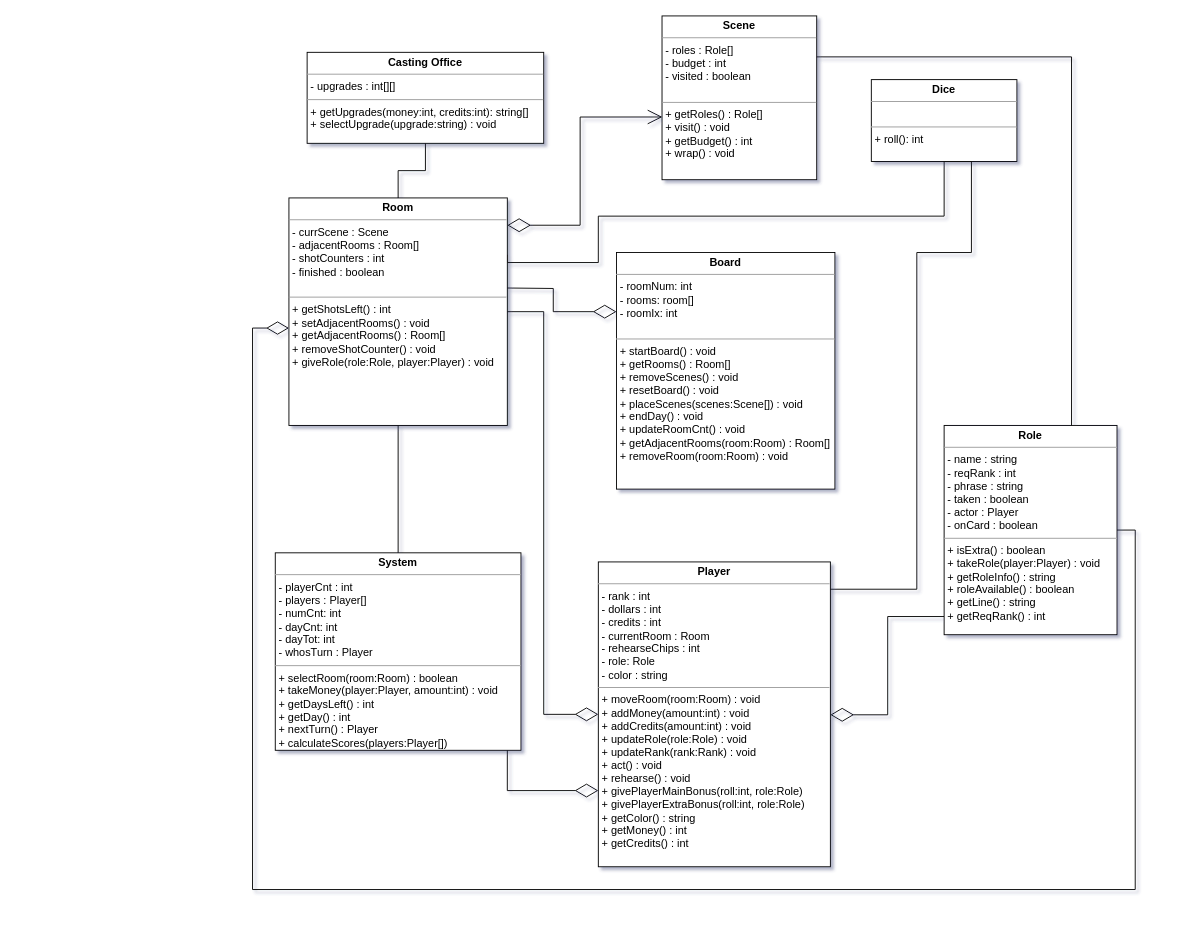
greert2/Deadwood keeps this draw.io diagram as classDiagram.drawio. Above is the earlier version. Source tidied: cells renumbered, new cells numbered last; positions are measured from the earlier drawing's top-left corner, leaving out a move shared by most shapes. Both pictures are drawn from the tidied source at 91%, with x=0, y=0 at pixel (252, 15).
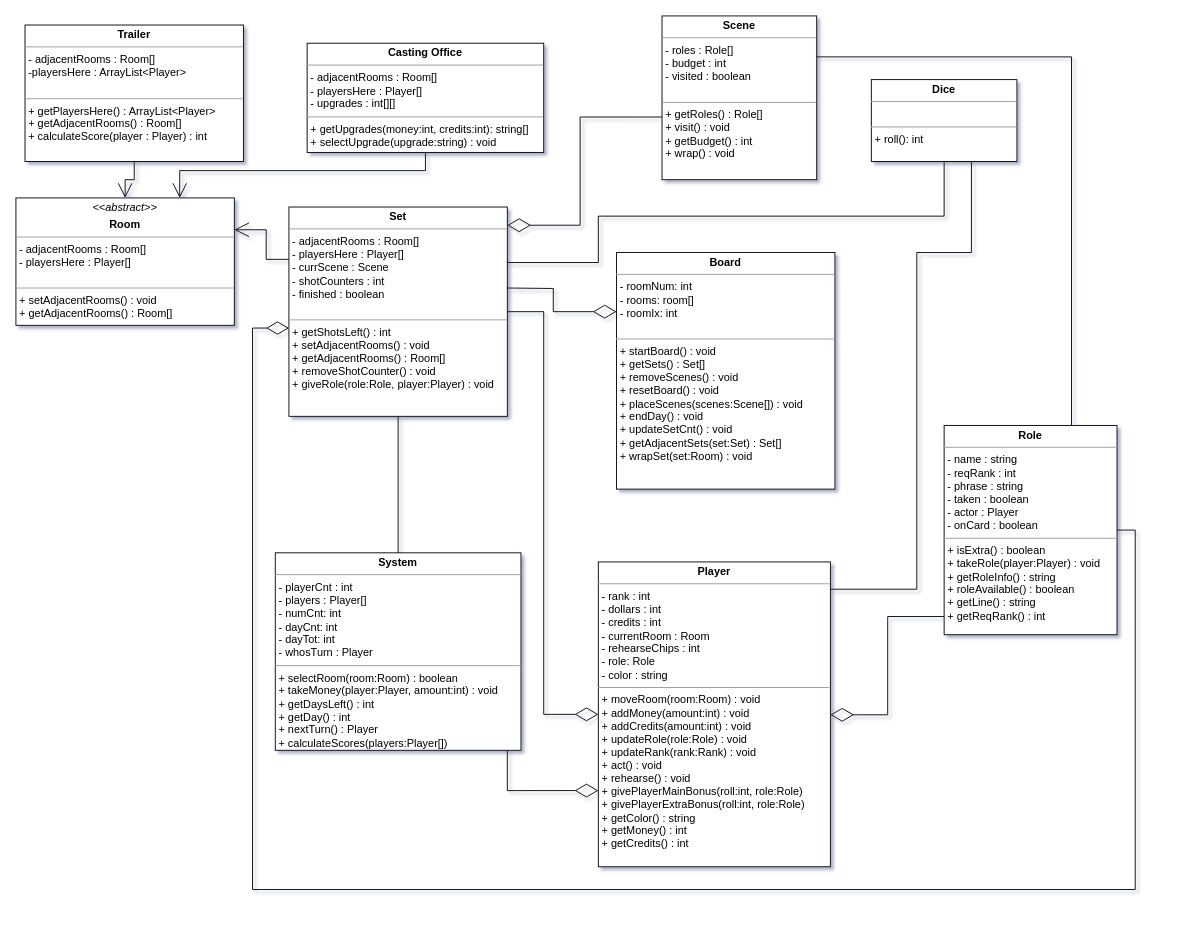
After the change.

The change refers to these unchanged cells:
```xml
<mxCell id="17" value="&lt;p style=&quot;margin: 0px ; margin-top: 4px ; text-align: center&quot;&gt;&lt;b&gt;Scene&lt;/b&gt;&lt;/p&gt;&lt;hr size=&quot;1&quot;&gt;&lt;p style=&quot;margin: 0px ; margin-left: 4px&quot;&gt;- roles : Role[]&lt;/p&gt;&lt;p style=&quot;margin: 0px ; margin-left: 4px&quot;&gt;- budget : int&lt;/p&gt;&lt;p style=&quot;margin: 0px ; margin-left: 4px&quot;&gt;- visited : boolean&lt;/p&gt;&lt;p style=&quot;margin: 0px ; margin-left: 4px&quot;&gt;&lt;br&gt;&lt;/p&gt;&lt;hr size=&quot;1&quot;&gt;&lt;p style=&quot;margin: 0px ; margin-left: 4px&quot;&gt;+ getRoles() : Role[]&lt;/p&gt;&lt;p style=&quot;margin: 0px ; margin-left: 4px&quot;&gt;+ visit() : void&lt;/p&gt;&lt;p style=&quot;margin: 0px ; margin-left: 4px&quot;&gt;+ getBudget() : int&lt;/p&gt;&lt;p style=&quot;margin: 0px ; margin-left: 4px&quot;&gt;+ wrap() : void&lt;/p&gt;&lt;p style=&quot;margin: 0px ; margin-left: 4px&quot;&gt;&lt;br&gt;&lt;/p&gt;" style="verticalAlign=top;align=left;overflow=fill;fontSize=12;fontFamily=Helvetica;html=1;" parent="1" vertex="1">
  <mxGeometry x="450" width="170" height="180" as="geometry" />
</mxCell>
```

The edit, as a diff of the source:
```diff
@@
-    <mxCell id="6" value="&lt;p style=&quot;margin: 0px ; margin-top: 4px ; text-align: center&quot;&gt;&lt;b&gt;Board&lt;/b&gt;&lt;/p&gt;&lt;hr size=&quot;1&quot;&gt;&lt;p style=&quot;margin: 0px ; margin-left: 4px&quot;&gt;- roomNum: int&lt;/p&gt;&lt;p style=&quot;margin: 0px ; margin-left: 4px&quot;&gt;- rooms: room[]&lt;/p&gt;&lt;p style=&quot;margin: 0px ; margin-left: 4px&quot;&gt;- roomIx: int&lt;/p&gt;&lt;br&gt;&lt;hr size=&quot;1&quot;&gt;&lt;p style=&quot;margin: 0px ; margin-left: 4px&quot;&gt;+ startBoard() : void&lt;/p&gt;&lt;p style=&quot;margin: 0px ; margin-left: 4px&quot;&gt;+ getRooms() : Room[]&lt;/p&gt;&lt;p style=&quot;margin: 0px 0px 0px 4px&quot;&gt;+ removeScenes() : void&lt;/p&gt;&lt;p style=&quot;margin: 0px 0px 0px 4px&quot;&gt;+ resetBoard() : void&lt;/p&gt;&lt;p style=&quot;margin: 0px 0px 0px 4px&quot;&gt;+ placeScenes(scenes:Scene[]) : void&lt;/p&gt;&lt;p style=&quot;margin: 0px 0px 0px 4px&quot;&gt;&lt;span&gt;+ endDay() : void&lt;/span&gt;&lt;/p&gt;&lt;p style=&quot;margin: 0px 0px 0px 4px&quot;&gt;&lt;span&gt;+ updateRoomCnt() : void&lt;/span&gt;&lt;/p&gt;&lt;p style=&quot;margin: 0px 0px 0px 4px&quot;&gt;&lt;span&gt;+ getAdjacentRooms(room:Room) : Room[]&lt;/span&gt;&lt;/p&gt;&lt;p style=&quot;margin: 0px 0px 0px 4px&quot;&gt;&lt;span&gt;+ removeRoom(room:Room) : void&lt;/span&gt;&lt;/p&gt;&lt;p&gt;&lt;br&gt;&lt;/p&gt;" style="verticalAlign=top;align=left;overflow=fill;fontSize=12;fontFamily=Helvetica;html=1;" parent="1" vertex="1">
+    <mxCell id="6" value="&lt;p style=&quot;margin: 0px ; margin-top: 4px ; text-align: center&quot;&gt;&lt;b&gt;Board&lt;/b&gt;&lt;/p&gt;&lt;hr size=&quot;1&quot;&gt;&lt;p style=&quot;margin: 0px ; margin-left: 4px&quot;&gt;- roomNum: int&lt;/p&gt;&lt;p style=&quot;margin: 0px ; margin-left: 4px&quot;&gt;- rooms: room[]&lt;/p&gt;&lt;p style=&quot;margin: 0px ; margin-left: 4px&quot;&gt;- roomIx: int&lt;/p&gt;&lt;br&gt;&lt;hr size=&quot;1&quot;&gt;&lt;p style=&quot;margin: 0px ; margin-left: 4px&quot;&gt;+ startBoard() : void&lt;/p&gt;&lt;p style=&quot;margin: 0px ; margin-left: 4px&quot;&gt;+ getSets() : Set[]&lt;/p&gt;&lt;p style=&quot;margin: 0px 0px 0px 4px&quot;&gt;+ removeScenes() : void&lt;/p&gt;&lt;p style=&quot;margin: 0px 0px 0px 4px&quot;&gt;+ resetBoard() : void&lt;/p&gt;&lt;p style=&quot;margin: 0px 0px 0px 4px&quot;&gt;+ placeScenes(scenes:Scene[]) : void&lt;/p&gt;&lt;p style=&quot;margin: 0px 0px 0px 4px&quot;&gt;&lt;span&gt;+ endDay() : void&lt;/span&gt;&lt;/p&gt;&lt;p style=&quot;margin: 0px 0px 0px 4px&quot;&gt;&lt;span&gt;+ updateSetCnt() : void&lt;/span&gt;&lt;/p&gt;&lt;p style=&quot;margin: 0px 0px 0px 4px&quot;&gt;&lt;span&gt;+ getAdjacentSets(set:Set) : Set[]&lt;/span&gt;&lt;/p&gt;&lt;p style=&quot;margin: 0px 0px 0px 4px&quot;&gt;&lt;span&gt;+ wrapSet(set:Room) : void&lt;/span&gt;&lt;/p&gt;&lt;p&gt;&lt;br&gt;&lt;/p&gt;" style="verticalAlign=top;align=left;overflow=fill;fontSize=12;fontFamily=Helvetica;html=1;" parent="1" vertex="1">
       <mxGeometry x="400" y="260" width="240" height="260" as="geometry" />
     </mxCell>
@@
-    <mxCell id="12" style="edgeStyle=orthogonalEdgeStyle;rounded=0;jettySize=auto;html=1;startArrow=diamondThin;startFill=0;endArrow=open;endFill=0;endSize=14;entryX=0.002;entryY=0.617;entryDx=0;entryDy=0;entryPerimeter=0;startSize=23;" parent="1" edge="1" source="14" target="17">
+    <mxCell id="12" style="edgeStyle=orthogonalEdgeStyle;rounded=0;jettySize=auto;html=1;startArrow=diamondThin;startFill=0;endArrow=none;endFill=0;endSize=14;entryX=0.002;entryY=0.617;entryDx=0;entryDy=0;entryPerimeter=0;startSize=23;" parent="1" edge="1" source="14" target="17">
       <mxGeometry relative="1" as="geometry">
         <Array as="points">
           <mxPoint x="360" y="230" />
           <mxPoint x="360" y="111" />
         </Array>
       </mxGeometry>
     </mxCell>
@@
+    <mxCell id="21" style="edgeStyle=orthogonalEdgeStyle;rounded=0;jettySize=auto;html=1;exitX=0;exitY=0.25;exitDx=0;exitDy=0;entryX=1;entryY=0.25;entryDx=0;entryDy=0;strokeWidth=1;endSize=14;endArrow=open;endFill=0;" parent="1" edge="1" source="14" target="22">
+      <mxGeometry relative="1" as="geometry" />
+    </mxCell>
-    <mxCell id="14" value="&lt;p style=&quot;margin: 0px ; margin-top: 4px ; text-align: center&quot;&gt;&lt;b&gt;Room&lt;/b&gt;&lt;/p&gt;&lt;hr size=&quot;1&quot;&gt;&lt;p style=&quot;margin: 0px ; margin-left: 4px&quot;&gt;- currScene : Scene&lt;/p&gt;&lt;p style=&quot;margin: 0px ; margin-left: 4px&quot;&gt;- adjacentRooms : Room[]&lt;/p&gt;&lt;p style=&quot;margin: 0px ; margin-left: 4px&quot;&gt;- shotCounters : int&lt;/p&gt;&lt;p style=&quot;margin: 0px ; margin-left: 4px&quot;&gt;- finished : boolean&lt;/p&gt;&lt;p style=&quot;margin: 0px ; margin-left: 4px&quot;&gt;&lt;br&gt;&lt;/p&gt;&lt;hr size=&quot;1&quot;&gt;&lt;p style=&quot;margin: 0px ; margin-left: 4px&quot;&gt;&lt;span&gt;+ getShotsLeft() : int&lt;/span&gt;&lt;br&gt;&lt;/p&gt;&lt;p style=&quot;margin: 0px ; margin-left: 4px&quot;&gt;+ setAdjacentRooms() : void&lt;/p&gt;&lt;p style=&quot;margin: 0px ; margin-left: 4px&quot;&gt;+ getAdjacentRooms() : Room[]&lt;/p&gt;&lt;p style=&quot;margin: 0px ; margin-left: 4px&quot;&gt;+ removeShotCounter() : void&lt;/p&gt;&lt;p style=&quot;margin: 0px ; margin-left: 4px&quot;&gt;+ giveRole(role:Role, player:Player) : void&lt;/p&gt;" style="verticalAlign=top;align=left;overflow=fill;fontSize=12;fontFamily=Helvetica;html=1;" parent="1" vertex="1">
-      <mxGeometry x="40" y="200" width="240" height="250" as="geometry" />
+    <mxCell id="14" value="&lt;p style=&quot;margin: 0px ; margin-top: 4px ; text-align: center&quot;&gt;&lt;b&gt;Set&lt;/b&gt;&lt;/p&gt;&lt;hr size=&quot;1&quot;&gt;&lt;p style=&quot;margin: 0px ; margin-left: 4px&quot;&gt;- adjacentRooms : Room[]&lt;/p&gt;&lt;p style=&quot;margin: 0px ; margin-left: 4px&quot;&gt;- playersHere : Player[]&lt;/p&gt;&lt;p style=&quot;margin: 0px ; margin-left: 4px&quot;&gt;- currScene : Scene&lt;/p&gt;&lt;p style=&quot;margin: 0px ; margin-left: 4px&quot;&gt;&lt;span&gt;- shotCounters : int&lt;/span&gt;&lt;br&gt;&lt;/p&gt;&lt;p style=&quot;margin: 0px ; margin-left: 4px&quot;&gt;- finished : boolean&lt;/p&gt;&lt;p style=&quot;margin: 0px ; margin-left: 4px&quot;&gt;&lt;br&gt;&lt;/p&gt;&lt;hr size=&quot;1&quot;&gt;&lt;p style=&quot;margin: 0px ; margin-left: 4px&quot;&gt;&lt;span&gt;+ getShotsLeft() : int&lt;/span&gt;&lt;br&gt;&lt;/p&gt;&lt;p style=&quot;margin: 0px ; margin-left: 4px&quot;&gt;+ setAdjacentRooms() : void&lt;/p&gt;&lt;p style=&quot;margin: 0px ; margin-left: 4px&quot;&gt;+ getAdjacentRooms() : Room[]&lt;/p&gt;&lt;p style=&quot;margin: 0px ; margin-left: 4px&quot;&gt;+ removeShotCounter() : void&lt;/p&gt;&lt;p style=&quot;margin: 0px ; margin-left: 4px&quot;&gt;+ giveRole(role:Role, player:Player) : void&lt;/p&gt;" style="verticalAlign=top;align=left;overflow=fill;fontSize=12;fontFamily=Helvetica;html=1;" parent="1" vertex="1">
+      <mxGeometry x="40" y="210" width="240" height="230" as="geometry" />
     </mxCell>
-    <mxCell id="15" style="edgeStyle=orthogonalEdgeStyle;rounded=0;jettySize=auto;html=1;entryX=0.5;entryY=0;entryDx=0;entryDy=0;startArrow=none;startFill=0;endArrow=none;endFill=0;endSize=13;" parent="1" edge="1" source="16" target="14">
-      <mxGeometry relative="1" as="geometry" />
+    <mxCell id="15" style="edgeStyle=orthogonalEdgeStyle;rounded=0;jettySize=auto;html=1;entryX=0.75;entryY=0;entryDx=0;entryDy=0;startArrow=none;startFill=0;endArrow=open;endFill=0;endSize=14;" parent="1" edge="1" source="16" target="22">
+      <mxGeometry relative="1" as="geometry">
+        <Array as="points">
+          <mxPoint x="190" y="170" />
+          <mxPoint x="-80" y="170" />
+        </Array>
+      </mxGeometry>
     </mxCell>
-    <mxCell id="16" value="&lt;p style=&quot;margin: 0px ; margin-top: 4px ; text-align: center&quot;&gt;&lt;b&gt;Casting Office&lt;/b&gt;&lt;/p&gt;&lt;hr size=&quot;1&quot;&gt;&lt;p style=&quot;margin: 0px ; margin-left: 4px&quot;&gt;- upgrades : int[][]&lt;/p&gt;&lt;hr size=&quot;1&quot;&gt;&lt;p style=&quot;margin: 0px ; margin-left: 4px&quot;&gt;+ getUpgrades(money:int, credits:int): string[]&lt;/p&gt;&lt;p style=&quot;margin: 0px ; margin-left: 4px&quot;&gt;+ selectUpgrade(upgrade:string) : void&lt;/p&gt;" style="verticalAlign=top;align=left;overflow=fill;fontSize=12;fontFamily=Helvetica;html=1;" parent="1" vertex="1">
-      <mxGeometry x="60" y="40" width="260" height="100" as="geometry" />
+    <mxCell id="16" value="&lt;p style=&quot;margin: 0px ; margin-top: 4px ; text-align: center&quot;&gt;&lt;b&gt;Casting Office&lt;/b&gt;&lt;/p&gt;&lt;hr size=&quot;1&quot;&gt;&lt;p style=&quot;margin: 0px ; margin-left: 4px&quot;&gt;&lt;span&gt;- adjacentRooms : Room[]&lt;/span&gt;&lt;br&gt;&lt;/p&gt;&lt;p style=&quot;margin: 0px ; margin-left: 4px&quot;&gt;- playersHere : Player[]&lt;/p&gt;&lt;p style=&quot;margin: 0px ; margin-left: 4px&quot;&gt;- upgrades : int[][]&lt;/p&gt;&lt;hr size=&quot;1&quot;&gt;&lt;p style=&quot;margin: 0px ; margin-left: 4px&quot;&gt;+ getUpgrades(money:int, credits:int): string[]&lt;/p&gt;&lt;p style=&quot;margin: 0px ; margin-left: 4px&quot;&gt;+ selectUpgrade(upgrade:string) : void&lt;/p&gt;" style="verticalAlign=top;align=left;overflow=fill;fontSize=12;fontFamily=Helvetica;html=1;" parent="1" vertex="1">
+      <mxGeometry x="60" y="30" width="260" height="120" as="geometry" />
     </mxCell>
@@
+    <mxCell id="22" value="&lt;p style=&quot;margin: 0px ; margin-top: 4px ; text-align: center&quot;&gt;&lt;i&gt;&amp;lt;&amp;lt;abstract&amp;gt;&amp;gt;&lt;/i&gt;&lt;/p&gt;&lt;p style=&quot;margin: 0px ; margin-top: 4px ; text-align: center&quot;&gt;&lt;b&gt;Room&lt;/b&gt;&lt;/p&gt;&lt;hr size=&quot;1&quot;&gt;&lt;p style=&quot;margin: 0px ; margin-left: 4px&quot;&gt;&lt;span&gt;- adjacentRooms : Room[]&lt;/span&gt;&lt;br&gt;&lt;/p&gt;&lt;p style=&quot;margin: 0px ; margin-left: 4px&quot;&gt;- playersHere : Player[]&lt;/p&gt;&lt;p style=&quot;margin: 0px ; margin-left: 4px&quot;&gt;&lt;br&gt;&lt;/p&gt;&lt;hr size=&quot;1&quot;&gt;&lt;p style=&quot;margin: 0px ; margin-left: 4px&quot;&gt;&lt;span&gt;+ setAdjacentRooms() : void&lt;/span&gt;&lt;br&gt;&lt;/p&gt;&lt;p style=&quot;margin: 0px ; margin-left: 4px&quot;&gt;+ getAdjacentRooms() : Room[]&lt;/p&gt;&lt;p style=&quot;margin: 0px ; margin-left: 4px&quot;&gt;&lt;br&gt;&lt;/p&gt;" style="verticalAlign=top;align=left;overflow=fill;fontSize=12;fontFamily=Helvetica;html=1;" parent="1" vertex="1">
+      <mxGeometry x="-260" y="200" width="240" height="140" as="geometry" />
+    </mxCell>
+    <mxCell id="23" style="edgeStyle=orthogonalEdgeStyle;rounded=0;jettySize=auto;html=1;exitX=0.5;exitY=1;exitDx=0;exitDy=0;endArrow=open;endFill=0;endSize=14;" parent="1" edge="1" source="24" target="22">
+      <mxGeometry relative="1" as="geometry" />
+    </mxCell>
+    <mxCell id="24" value="&lt;p style=&quot;margin: 0px ; margin-top: 4px ; text-align: center&quot;&gt;&lt;b&gt;Trailer&lt;/b&gt;&lt;/p&gt;&lt;hr size=&quot;1&quot;&gt;&lt;p style=&quot;margin: 0px ; margin-left: 4px&quot;&gt;&lt;span&gt;- adjacentRooms : Room[]&lt;/span&gt;&lt;br&gt;&lt;/p&gt;&lt;p style=&quot;margin: 0px ; margin-left: 4px&quot;&gt;-playersHere : ArrayList&amp;lt;Player&amp;gt;&lt;/p&gt;&lt;p style=&quot;margin: 0px ; margin-left: 4px&quot;&gt;&lt;br&gt;&lt;/p&gt;&lt;hr size=&quot;1&quot;&gt;&lt;p style=&quot;margin: 0px ; margin-left: 4px&quot;&gt;&lt;span&gt;+ getPlayersHere() : ArrayList&amp;lt;Player&amp;gt;&lt;/span&gt;&lt;/p&gt;&lt;p style=&quot;margin: 0px ; margin-left: 4px&quot;&gt;+ getAdjacentRooms() : Room[]&lt;/p&gt;&lt;p style=&quot;margin: 0px ; margin-left: 4px&quot;&gt;+ calculateScore(player : Player) : int&lt;/p&gt;" style="verticalAlign=top;align=left;overflow=fill;fontSize=12;fontFamily=Helvetica;html=1;" parent="1" vertex="1">
+      <mxGeometry x="-250" y="10" width="240" height="150" as="geometry" />
+    </mxCell>
```
